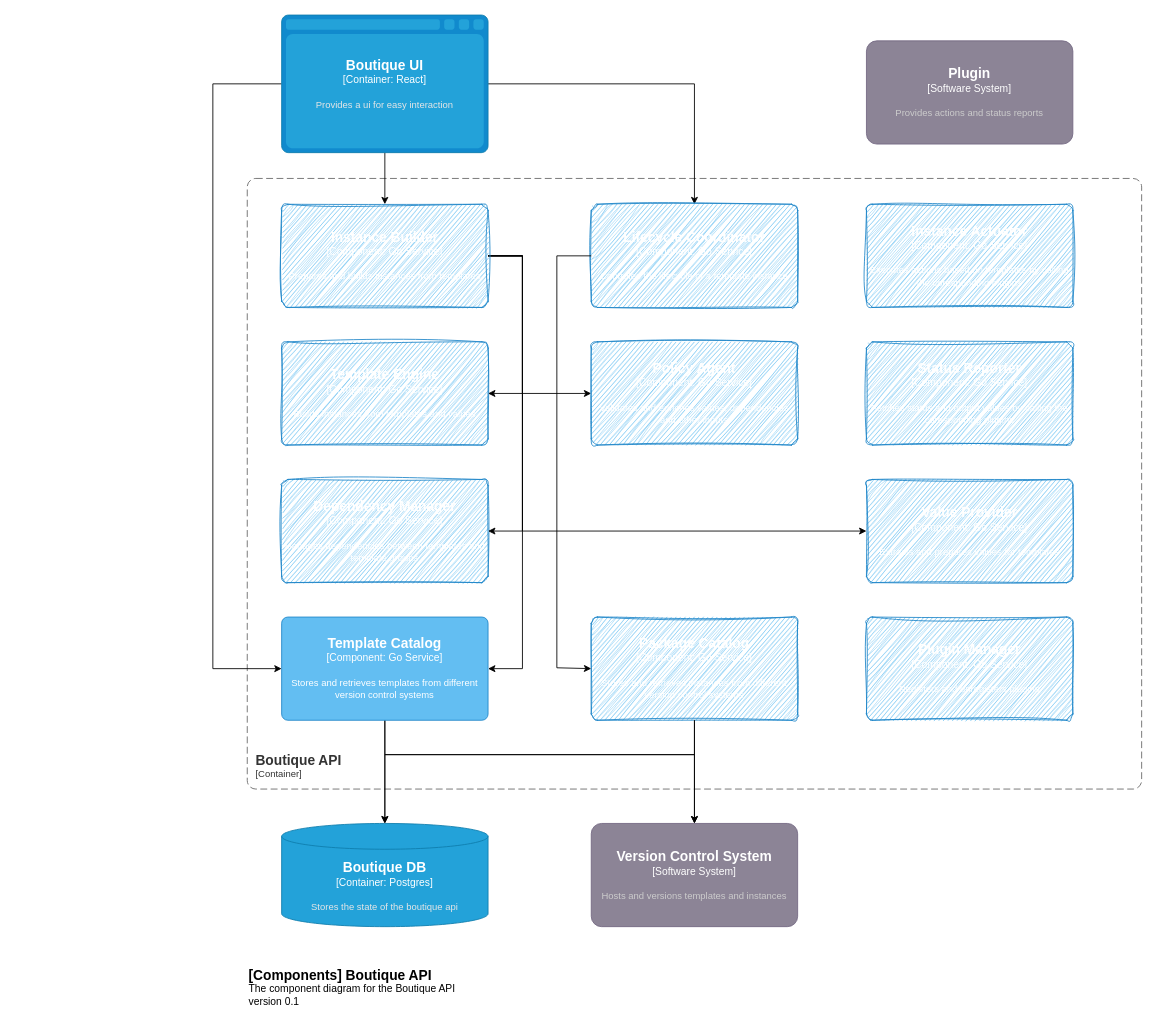
Before: page "Component - Boutique API" (3 of 3) of docs/boutique.drawio in baking-bread/boutique, a draw.io diagram. Source tidied: cells renumbered, new cells numbered last; positions are measured from the earlier drawing's top-left corner, leaving out a move shared by most shapes. Both pictures are drawn from the tidied source at 86%, with x=0, y=0 at pixel (212, 15).
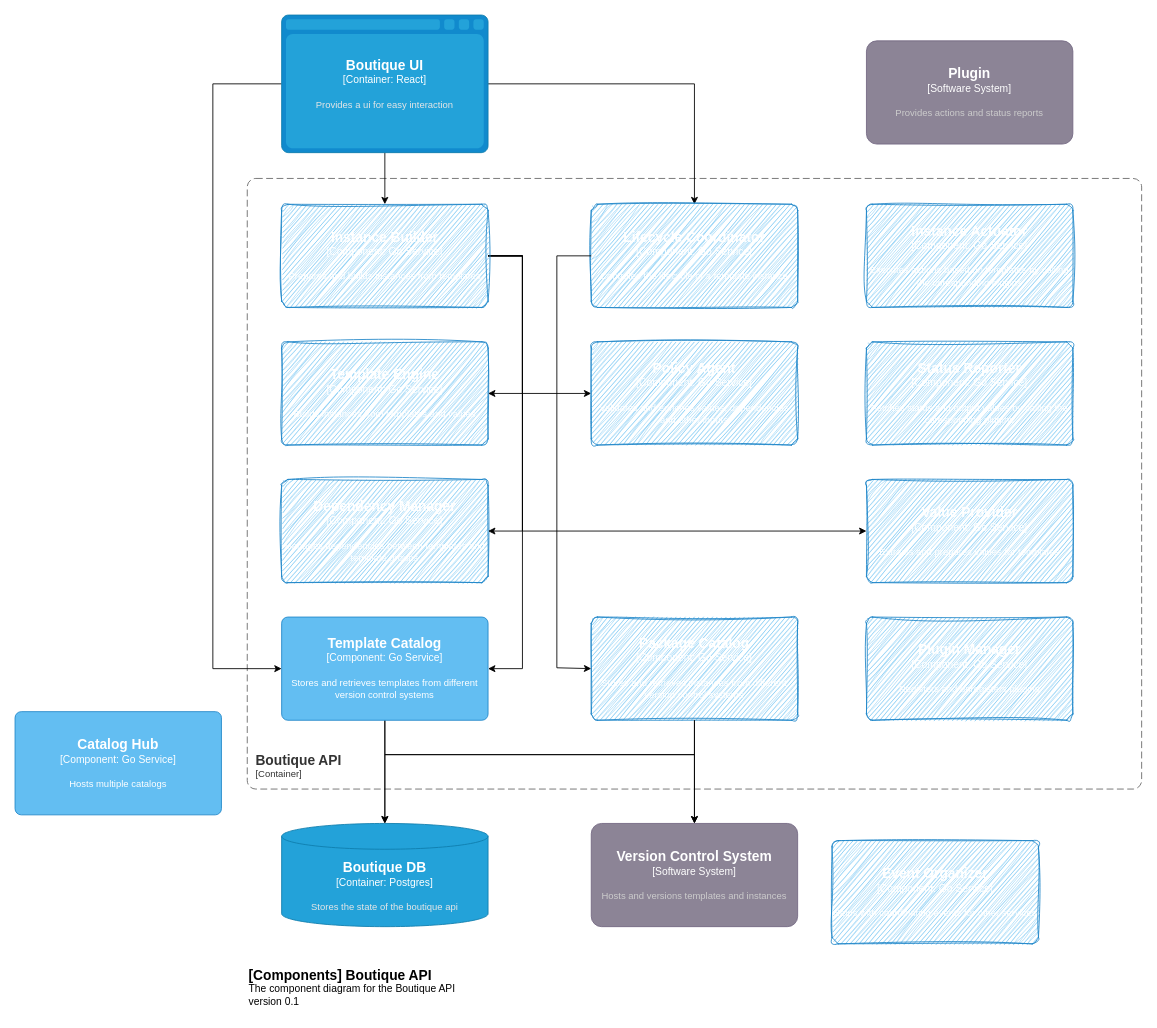
The same diagram, later.

Diff of the diagram source:
```diff
@@
+    <object id="32" label="&lt;font style=&quot;font-size: 16px&quot;&gt;&lt;b&gt;%c4Name%&lt;/b&gt;&lt;/font&gt;&lt;div&gt;[%c4Type%: %c4Technology%]&lt;/div&gt;&lt;br&gt;&lt;div&gt;&lt;font style=&quot;font-size: 11px&quot;&gt;%c4Description%&lt;/font&gt;&lt;/div&gt;" c4Description="Helps with coordinating events for other services" c4Name="Event Organizer" c4Technology="Go Service" c4Type="Component" placeholders="1">
+      <mxCell style="rounded=1;whiteSpace=wrap;html=1;labelBackgroundColor=none;fillColor=#63BEF2;fontColor=#ffffff;align=center;arcSize=6;strokeColor=#2086C9;sketch=1;curveFitting=1;jiggle=2;" parent="1" vertex="1">
+        <mxGeometry x="720" y="960" width="240" height="120" as="geometry" />
+      </mxCell>
+    </object>
+    <object id="33" label="&lt;font style=&quot;font-size: 16px&quot;&gt;&lt;b&gt;%c4Name%&lt;/b&gt;&lt;/font&gt;&lt;div&gt;[%c4Type%: %c4Technology%]&lt;/div&gt;&lt;br&gt;&lt;div&gt;&lt;font style=&quot;font-size: 11px&quot;&gt;%c4Description%&lt;/font&gt;&lt;/div&gt;" c4Description="Hosts multiple catalogs" c4Name="Catalog Hub" c4Technology="Go Service" c4Type="Component" placeholders="1">
+      <mxCell style="rounded=1;whiteSpace=wrap;html=1;labelBackgroundColor=none;fillColor=#63BEF2;fontColor=#ffffff;align=center;arcSize=6;strokeColor=#2086C9;" parent="1" vertex="1">
+        <mxGeometry x="-230" y="810" width="240" height="120" as="geometry" />
+      </mxCell>
+    </object>
```
